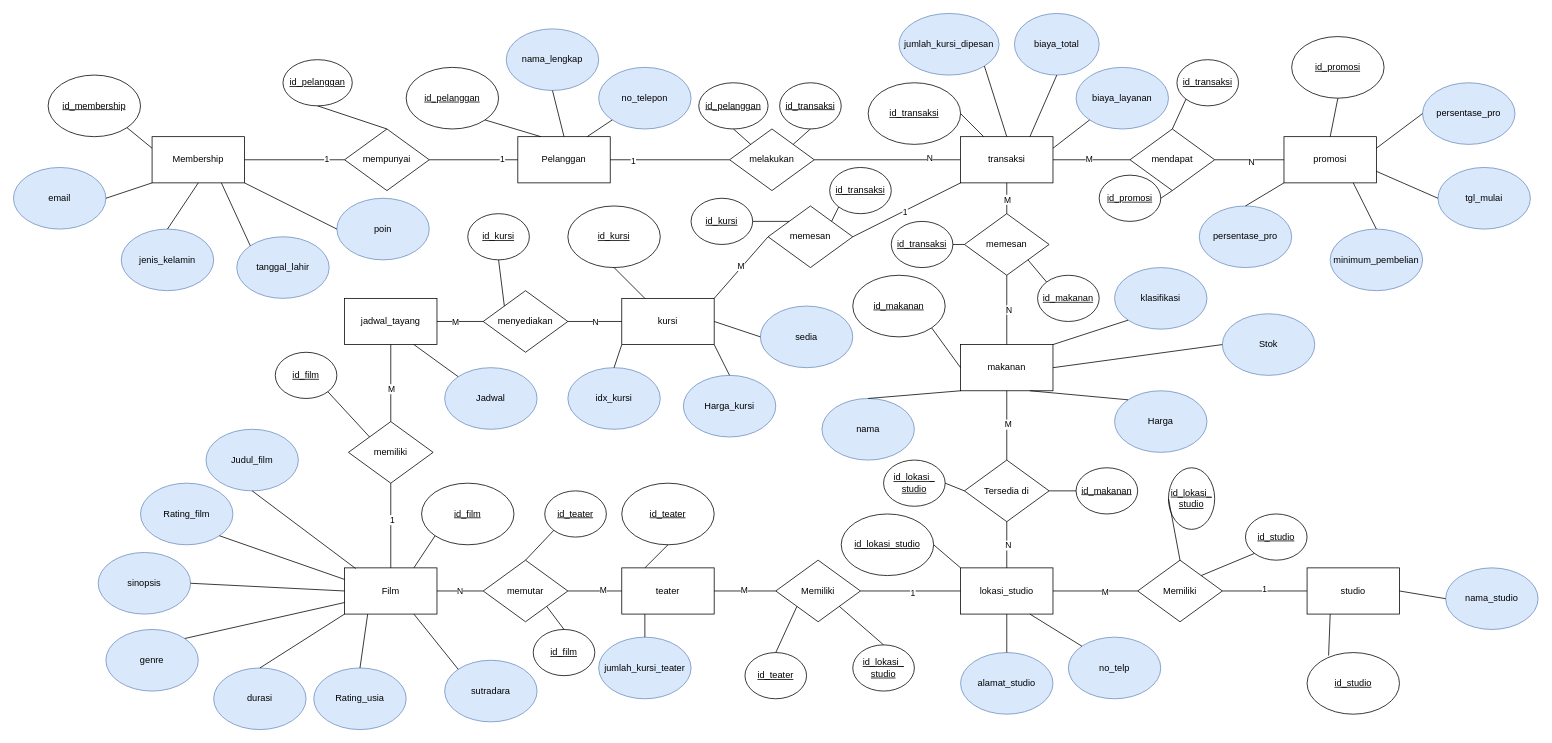
Before: Untitled Diagram.drawio in imeldaalexis/ERD-MBD, a draw.io diagram. Source tidied: cells renumbered, new cells numbered last; positions are measured from the earlier drawing's top-left corner, leaving out a move shared by most shapes. Both pictures are drawn from the tidied source at 77%, with x=0, y=0 at pixel (13, 13).
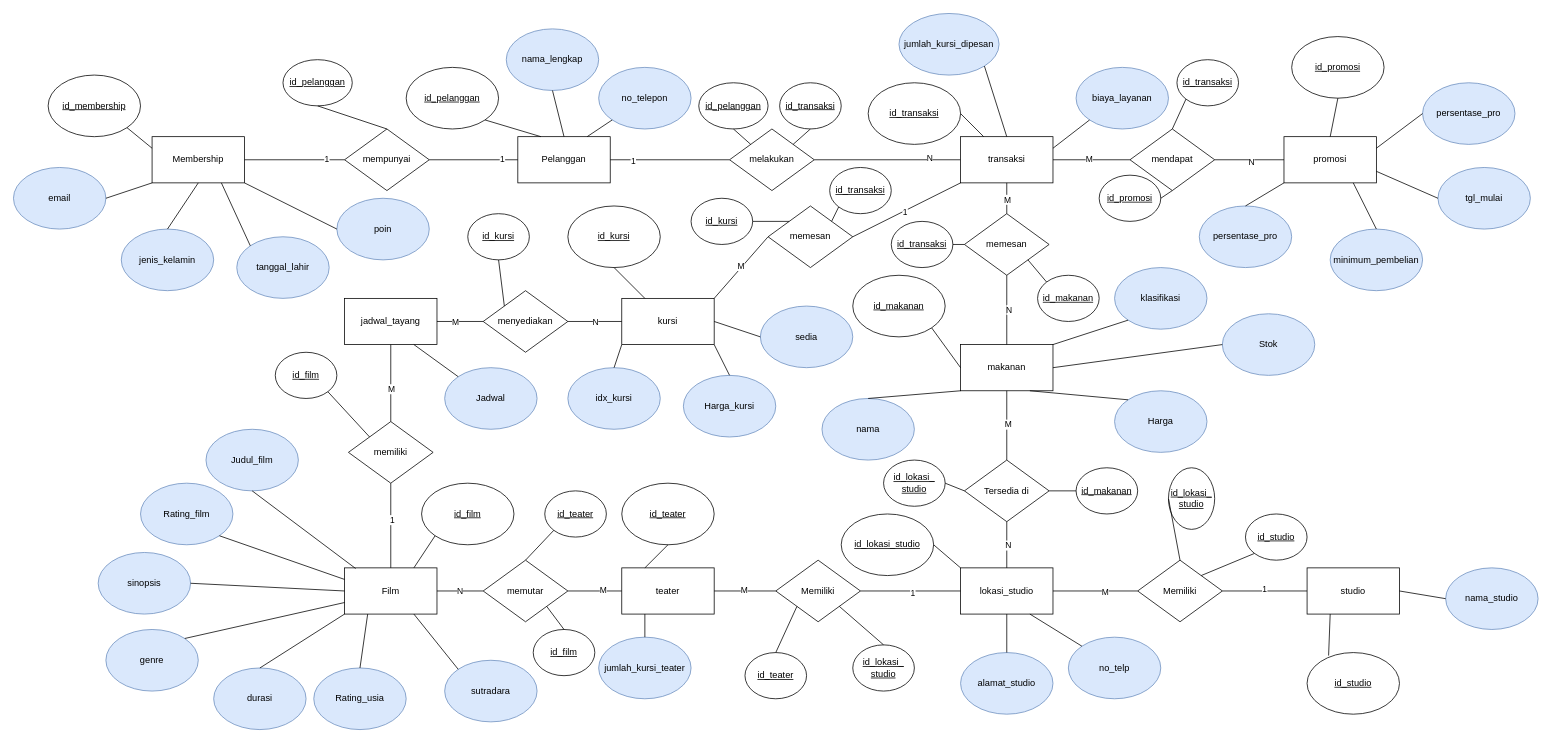
The same page after the edit.

The change refers to these unchanged cells:
```xml
<mxCell id="11" value="transaksi" style="rounded=0;whiteSpace=wrap;html=1;" parent="1" vertex="1">
  <mxGeometry x="1230" y="160" width="120" height="60" as="geometry" />
</mxCell>
```

The edit, as a diff of the source:
```diff
@@
-    <mxCell id="14" value="biaya_total" style="ellipse;whiteSpace=wrap;html=1;fillColor=#dae8fc;strokeColor=#6c8ebf;" parent="1" vertex="1">
-      <mxGeometry x="1300" width="110" height="80" as="geometry" />
-    </mxCell>
@@
-    <mxCell id="49" style="endArrow=none;html=1;rounded=0;exitX=0.75;exitY=0;exitDx=0;exitDy=0;entryX=0.5;entryY=1;entryDx=0;entryDy=0;" parent="1" edge="1" source="11" target="14">
-      <mxGeometry relative="1" as="geometry" />
-    </mxCell>
```
